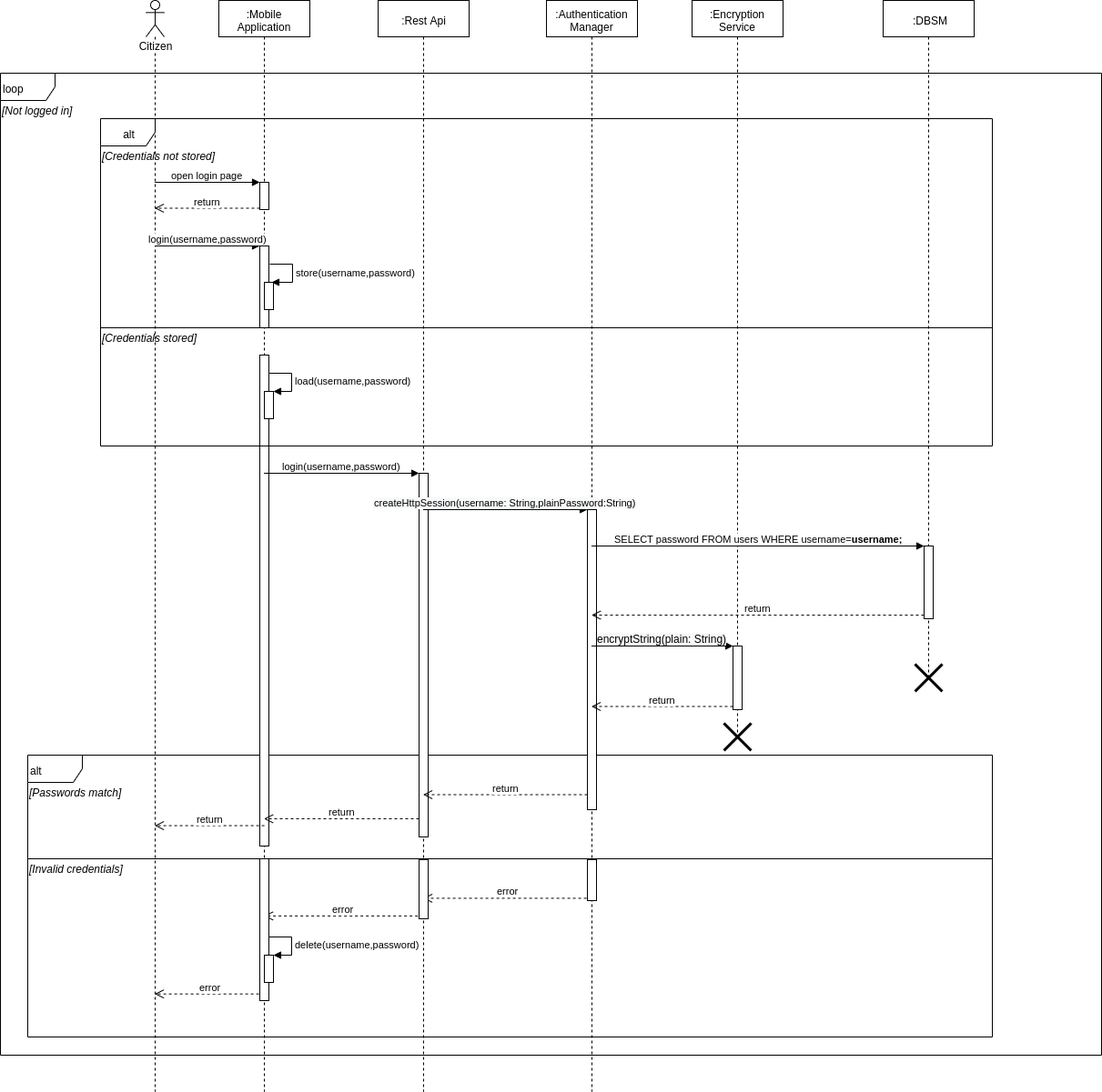
This is DD/images/Login(Citizen)_sequence_diagram.png from University-Projects-Secco/RahbariSecco, a draw.io export, as it was before one commit. Source tidied: cells renumbered, new cells last; positions are measured from the earlier drawing's top-left corner, leaving out a move shared by most shapes. Source of this version:
```xml
<mxGraphModel>
  <root>
    <mxCell id="0" />
    <mxCell id="1" parent="0" />
    <mxCell id="2" value="error" style="html=1;verticalAlign=bottom;endArrow=open;dashed=1;endSize=8;exitX=0.51;exitY=0.943;exitDx=0;exitDy=0;exitPerimeter=0;" parent="1" edge="1" source="46" target="18">
      <mxGeometry relative="1" as="geometry" />
    </mxCell>
    <mxCell id="3" value="error" style="html=1;verticalAlign=bottom;endArrow=open;dashed=1;endSize=8;exitX=0.464;exitY=0.952;exitDx=0;exitDy=0;exitPerimeter=0;" parent="1" edge="1" source="47" target="9">
      <mxGeometry relative="1" as="geometry" />
    </mxCell>
    <mxCell id="4" value="error" style="html=1;verticalAlign=bottom;endArrow=open;dashed=1;endSize=8;exitX=0.51;exitY=0.953;exitDx=0;exitDy=0;exitPerimeter=0;" parent="1" edge="1" source="48" target="8">
      <mxGeometry relative="1" as="geometry" />
    </mxCell>
    <mxCell id="5" value="loop" style="shape=umlFrame;whiteSpace=wrap;html=1;align=left;" parent="1" vertex="1">
      <mxGeometry y="80" width="1210" height="1080" as="geometry" />
    </mxCell>
    <mxCell id="6" value="alt" style="shape=umlFrame;whiteSpace=wrap;html=1;align=left;" parent="1" vertex="1">
      <mxGeometry x="30" y="830" width="1060" height="310" as="geometry" />
    </mxCell>
    <mxCell id="7" value="alt" style="shape=umlFrame;whiteSpace=wrap;html=1;" parent="1" vertex="1">
      <mxGeometry x="110" y="130" width="980" height="360" as="geometry" />
    </mxCell>
    <mxCell id="8" value="Citizen" style="shape=umlLifeline;participant=umlActor;perimeter=lifelinePerimeter;whiteSpace=wrap;html=1;verticalAlign=top;spacingTop=36;labelBackgroundColor=#ffffff;outlineConnect=0;" parent="1" vertex="1">
      <mxGeometry x="160" width="20" height="1200" as="geometry" />
    </mxCell>
    <mxCell id="9" value=":Mobile Application" style="shape=umlLifeline;perimeter=lifelinePerimeter;whiteSpace=wrap;html=1;outlineConnect=0;" parent="1" vertex="1">
      <mxGeometry x="240" width="100" height="1200" as="geometry" />
    </mxCell>
    <mxCell id="10" style="html=1;points=[];perimeter=orthogonalPerimeter;align=left;" parent="9" vertex="1">
      <mxGeometry x="45" y="200" width="10" height="30" as="geometry" />
    </mxCell>
    <mxCell id="11" style="html=1;points=[];perimeter=orthogonalPerimeter;align=left;" parent="9" vertex="1">
      <mxGeometry x="45" y="490" width="10" height="440" as="geometry" />
    </mxCell>
    <mxCell id="12" style="html=1;points=[];perimeter=orthogonalPerimeter;align=left;" parent="9" vertex="1">
      <mxGeometry x="45" y="270" width="10" height="90" as="geometry" />
    </mxCell>
    <mxCell id="13" style="html=1;perimeter=orthogonalPerimeter;align=left;" parent="9" vertex="1">
      <mxGeometry x="50" y="310" width="10" height="30" as="geometry" />
    </mxCell>
    <mxCell id="14" value="store(username,password)" style="edgeStyle=orthogonalEdgeStyle;html=1;align=left;spacingLeft=2;endArrow=block;rounded=0;entryX=1;entryY=0;" parent="9" edge="1">
      <mxGeometry relative="1" as="geometry">
        <mxPoint x="56" y="290" as="sourcePoint" />
        <mxPoint x="58" y="310" as="targetPoint" />
        <Array as="points">
          <mxPoint x="81" y="290" />
        </Array>
      </mxGeometry>
    </mxCell>
    <mxCell id="15" style="html=1;perimeter=orthogonalPerimeter;align=left;" parent="9" vertex="1">
      <mxGeometry x="45" y="390" width="10" height="100" as="geometry" />
    </mxCell>
    <mxCell id="16" style="html=1;points=[];perimeter=orthogonalPerimeter;align=left;" parent="9" vertex="1">
      <mxGeometry x="50" y="430" width="10" height="30" as="geometry" />
    </mxCell>
    <mxCell id="17" value="load(username,password)" style="edgeStyle=orthogonalEdgeStyle;html=1;align=left;spacingLeft=2;endArrow=block;rounded=0;entryX=1;entryY=0;" parent="9" edge="1" target="16">
      <mxGeometry relative="1" as="geometry">
        <mxPoint x="55" y="410" as="sourcePoint" />
        <Array as="points">
          <mxPoint x="80" y="410" />
        </Array>
      </mxGeometry>
    </mxCell>
    <mxCell id="18" value=":Rest Api" style="shape=umlLifeline;perimeter=lifelinePerimeter;whiteSpace=wrap;html=1;outlineConnect=0;" parent="1" vertex="1">
      <mxGeometry x="415" width="100" height="1200" as="geometry" />
    </mxCell>
    <mxCell id="19" style="html=1;points=[];perimeter=orthogonalPerimeter;align=left;" parent="18" vertex="1">
      <mxGeometry x="45" y="520" width="10" height="400" as="geometry" />
    </mxCell>
    <mxCell id="20" value=":Authentication Manager" style="shape=umlLifeline;perimeter=lifelinePerimeter;whiteSpace=wrap;html=1;outlineConnect=0;" parent="1" vertex="1">
      <mxGeometry x="600" width="100" height="1200" as="geometry" />
    </mxCell>
    <mxCell id="21" style="html=1;points=[];perimeter=orthogonalPerimeter;align=left;" parent="20" vertex="1">
      <mxGeometry x="45" y="560" width="10" height="330" as="geometry" />
    </mxCell>
    <mxCell id="22" value=":DBSM" style="shape=umlLifeline;perimeter=lifelinePerimeter;whiteSpace=wrap;html=1;" parent="1" vertex="1">
      <mxGeometry x="970" width="100" height="745" as="geometry" />
    </mxCell>
    <mxCell id="23" style="html=1;points=[];perimeter=orthogonalPerimeter;align=left;" parent="22" vertex="1">
      <mxGeometry x="45" y="600" width="10" height="80" as="geometry" />
    </mxCell>
    <mxCell id="24" style="shape=umlDestroy;whiteSpace=wrap;html=1;strokeWidth=3;align=left;" parent="22" vertex="1">
      <mxGeometry x="35" y="730" width="30" height="30" as="geometry" />
    </mxCell>
    <mxCell id="25" value=":Encryption Service" style="shape=umlLifeline;perimeter=lifelinePerimeter;whiteSpace=wrap;html=1;" parent="1" vertex="1">
      <mxGeometry x="760" width="100" height="810" as="geometry" />
    </mxCell>
    <mxCell id="26" style="html=1;points=[];perimeter=orthogonalPerimeter;align=left;" parent="25" vertex="1">
      <mxGeometry x="45" y="710" width="10" height="70" as="geometry" />
    </mxCell>
    <mxCell id="27" value="[Credentials not stored]" style="text;html=1;align=left;verticalAlign=middle;fontStyle=2;" parent="1" vertex="1">
      <mxGeometry x="110" y="160" width="140" height="20" as="geometry" />
    </mxCell>
    <mxCell id="28" value="open login page" style="html=1;verticalAlign=bottom;endArrow=block;entryX=0;entryY=0;" parent="1" edge="1" source="8" target="10">
      <mxGeometry relative="1" as="geometry" />
    </mxCell>
    <mxCell id="29" value="return" style="html=1;verticalAlign=bottom;endArrow=open;dashed=1;endSize=8;exitX=0;exitY=0.95;" parent="1" edge="1" source="10" target="8">
      <mxGeometry relative="1" as="geometry" />
    </mxCell>
    <mxCell id="30" value="login(username,password)" style="html=1;verticalAlign=bottom;endArrow=block;entryX=0;entryY=0;" parent="1" edge="1" source="9" target="19">
      <mxGeometry relative="1" as="geometry" />
    </mxCell>
    <mxCell id="31" value="return" style="html=1;verticalAlign=bottom;endArrow=open;dashed=1;endSize=8;exitX=0;exitY=0.95;" parent="1" edge="1" source="19" target="9">
      <mxGeometry relative="1" as="geometry" />
    </mxCell>
    <mxCell id="32" value="&lt;span style=&quot;text-align: left ; background-color: rgb(248 , 249 , 250)&quot;&gt;createHttpSession(username: String,plainPassword:String)&lt;/span&gt;" style="html=1;verticalAlign=bottom;endArrow=block;entryX=0;entryY=0;" parent="1" edge="1" source="18" target="21">
      <mxGeometry relative="1" as="geometry" />
    </mxCell>
    <mxCell id="33" value="return" style="html=1;verticalAlign=bottom;endArrow=open;dashed=1;endSize=8;exitX=0;exitY=0.95;" parent="1" edge="1" source="21" target="18">
      <mxGeometry relative="1" as="geometry" />
    </mxCell>
    <mxCell id="34" value="&lt;span style=&quot;font-size: 12px ; text-align: left ; background-color: rgb(248 , 249 , 250)&quot;&gt;encryptString(plain: String)&lt;/span&gt;" style="html=1;verticalAlign=bottom;endArrow=block;entryX=0;entryY=0;" parent="1" edge="1" source="20" target="26">
      <mxGeometry relative="1" as="geometry" />
    </mxCell>
    <mxCell id="35" value="return" style="html=1;verticalAlign=bottom;endArrow=open;dashed=1;endSize=8;exitX=0;exitY=0.95;" parent="1" edge="1" source="26" target="20">
      <mxGeometry relative="1" as="geometry" />
    </mxCell>
    <mxCell id="36" value="login(username,password)" style="html=1;verticalAlign=bottom;endArrow=block;entryX=0;entryY=0;" parent="1" edge="1" source="8" target="12">
      <mxGeometry relative="1" as="geometry" />
    </mxCell>
    <mxCell id="37" style="line;strokeWidth=1;fillColor=none;align=left;verticalAlign=middle;spacingTop=-1;spacingLeft=3;spacingRight=3;labelPosition=right;" parent="1" vertex="1">
      <mxGeometry x="110" y="356" width="980" height="8" as="geometry" />
    </mxCell>
    <mxCell id="38" value="[Credentials stored]" style="text;html=1;align=left;verticalAlign=middle;fontStyle=2;" parent="1" vertex="1">
      <mxGeometry x="110" y="360" width="120" height="20" as="geometry" />
    </mxCell>
    <mxCell id="39" value="SELECT password FROM users WHERE username=&lt;b&gt;username;&lt;/b&gt;" style="html=1;verticalAlign=bottom;endArrow=block;entryX=0;entryY=0;" parent="1" edge="1" source="20" target="23">
      <mxGeometry relative="1" as="geometry" />
    </mxCell>
    <mxCell id="40" value="return" style="html=1;verticalAlign=bottom;endArrow=open;dashed=1;endSize=8;exitX=0;exitY=0.95;" parent="1" edge="1" source="23" target="20">
      <mxGeometry relative="1" as="geometry" />
    </mxCell>
    <mxCell id="41" value="[Not logged in]" style="text;html=1;align=left;verticalAlign=middle;fontStyle=2;" parent="1" vertex="1">
      <mxGeometry y="110" width="90" height="20" as="geometry" />
    </mxCell>
    <mxCell id="42" value="[Passwords match]" style="text;html=1;align=left;verticalAlign=middle;fontStyle=2;" parent="1" vertex="1">
      <mxGeometry x="30" y="860" width="120" height="20" as="geometry" />
    </mxCell>
    <mxCell id="43" value="return" style="html=1;verticalAlign=bottom;endArrow=open;dashed=1;endSize=8;exitX=0.51;exitY=0.949;exitDx=0;exitDy=0;exitPerimeter=0;" parent="1" edge="1" source="11" target="8">
      <mxGeometry relative="1" as="geometry" />
    </mxCell>
    <mxCell id="44" style="line;strokeWidth=1;fillColor=none;align=left;verticalAlign=middle;spacingTop=-1;spacingLeft=3;spacingRight=3;labelPosition=right;" parent="1" vertex="1">
      <mxGeometry x="30" y="940" width="1060" height="8" as="geometry" />
    </mxCell>
    <mxCell id="45" value="[Invalid credentials]" style="text;html=1;align=left;verticalAlign=middle;fontStyle=2;" parent="1" vertex="1">
      <mxGeometry x="30" y="944" width="120" height="20" as="geometry" />
    </mxCell>
    <mxCell id="46" style="html=1;points=[];perimeter=orthogonalPerimeter;align=left;" parent="1" vertex="1">
      <mxGeometry x="645" y="945" width="10" height="45" as="geometry" />
    </mxCell>
    <mxCell id="47" style="html=1;points=[];perimeter=orthogonalPerimeter;align=left;" parent="1" vertex="1">
      <mxGeometry x="460" y="945" width="10" height="65" as="geometry" />
    </mxCell>
    <mxCell id="48" style="html=1;points=[];perimeter=orthogonalPerimeter;align=left;" parent="1" vertex="1">
      <mxGeometry x="285" y="944" width="10" height="156" as="geometry" />
    </mxCell>
    <mxCell id="49" style="html=1;points=[];perimeter=orthogonalPerimeter;align=left;" parent="1" vertex="1">
      <mxGeometry x="290" y="1050" width="10" height="30" as="geometry" />
    </mxCell>
    <mxCell id="50" value="delete(username,password)" style="edgeStyle=orthogonalEdgeStyle;html=1;align=left;spacingLeft=2;endArrow=block;rounded=0;entryX=1;entryY=0;" parent="1" edge="1" target="49">
      <mxGeometry relative="1" as="geometry">
        <mxPoint x="295" y="1030" as="sourcePoint" />
        <Array as="points">
          <mxPoint x="320" y="1030" />
        </Array>
      </mxGeometry>
    </mxCell>
    <mxCell id="51" style="shape=umlDestroy;whiteSpace=wrap;html=1;strokeWidth=3;align=left;" parent="1" vertex="1">
      <mxGeometry x="795" y="795" width="30" height="30" as="geometry" />
    </mxCell>
  </root>
</mxGraphModel>
```
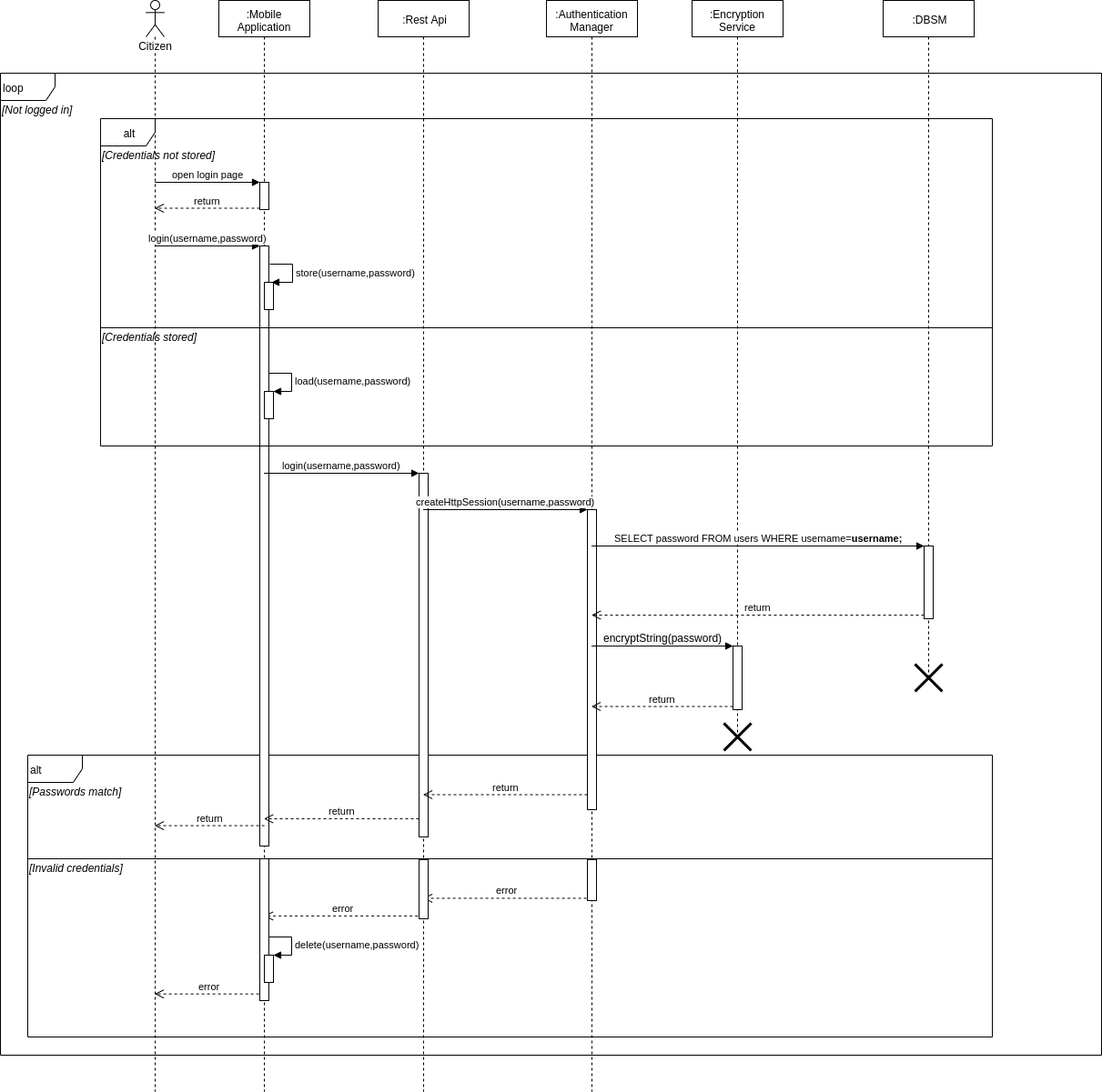
Later version of the same file.

Diff of the diagram source:
```diff
@@ -48,7 +48,7 @@
       </mxGeometry>
     </mxCell>
     <mxCell id="15" style="html=1;perimeter=orthogonalPerimeter;align=left;" parent="9" vertex="1">
-      <mxGeometry x="45" y="390" width="10" height="100" as="geometry" />
+      <mxGeometry x="45" y="360" width="10" height="130" as="geometry" />
     </mxCell>
     <mxCell id="16" style="html=1;points=[];perimeter=orthogonalPerimeter;align=left;" parent="9" vertex="1">
       <mxGeometry x="50" y="430" width="10" height="30" as="geometry" />
@@ -103,13 +103,13 @@
     <mxCell id="31" value="return" style="html=1;verticalAlign=bottom;endArrow=open;dashed=1;endSize=8;exitX=0;exitY=0.95;" parent="1" edge="1" source="19" target="9">
       <mxGeometry relative="1" as="geometry" />
     </mxCell>
-    <mxCell id="32" value="&lt;span style=&quot;text-align: left ; background-color: rgb(248 , 249 , 250)&quot;&gt;createHttpSession(username: String,plainPassword:String)&lt;/span&gt;" style="html=1;verticalAlign=bottom;endArrow=block;entryX=0;entryY=0;" parent="1" edge="1" source="18" target="21">
+    <mxCell id="32" value="&lt;span style=&quot;text-align: left ; background-color: rgb(248 , 249 , 250)&quot;&gt;createHttpSession(username,password)&lt;/span&gt;" style="html=1;verticalAlign=bottom;endArrow=block;entryX=0;entryY=0;" parent="1" edge="1" source="18" target="21">
       <mxGeometry relative="1" as="geometry" />
     </mxCell>
     <mxCell id="33" value="return" style="html=1;verticalAlign=bottom;endArrow=open;dashed=1;endSize=8;exitX=0;exitY=0.95;" parent="1" edge="1" source="21" target="18">
       <mxGeometry relative="1" as="geometry" />
     </mxCell>
-    <mxCell id="34" value="&lt;span style=&quot;font-size: 12px ; text-align: left ; background-color: rgb(248 , 249 , 250)&quot;&gt;encryptString(plain: String)&lt;/span&gt;" style="html=1;verticalAlign=bottom;endArrow=block;entryX=0;entryY=0;" parent="1" edge="1" source="20" target="26">
+    <mxCell id="34" value="&lt;span style=&quot;font-size: 12px ; text-align: left ; background-color: rgb(248 , 249 , 250)&quot;&gt;encryptString(password)&lt;/span&gt;" style="html=1;verticalAlign=bottom;endArrow=block;entryX=0;entryY=0;" parent="1" edge="1" source="20" target="26">
       <mxGeometry relative="1" as="geometry" />
     </mxCell>
     <mxCell id="35" value="return" style="html=1;verticalAlign=bottom;endArrow=open;dashed=1;endSize=8;exitX=0;exitY=0.95;" parent="1" edge="1" source="26" target="20">
```
